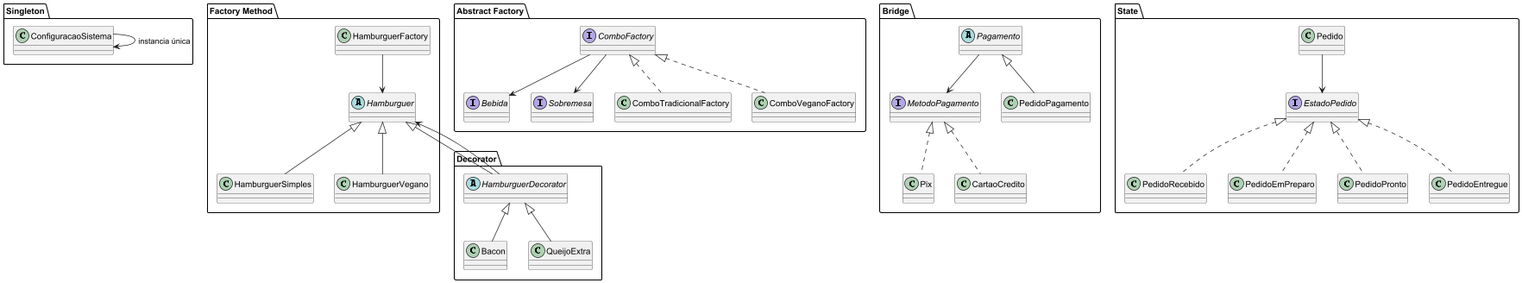
The PlantUML diagram docs/diagrama_classe.png in Alceu-2004/projeto-hamburgueria, before a commit.
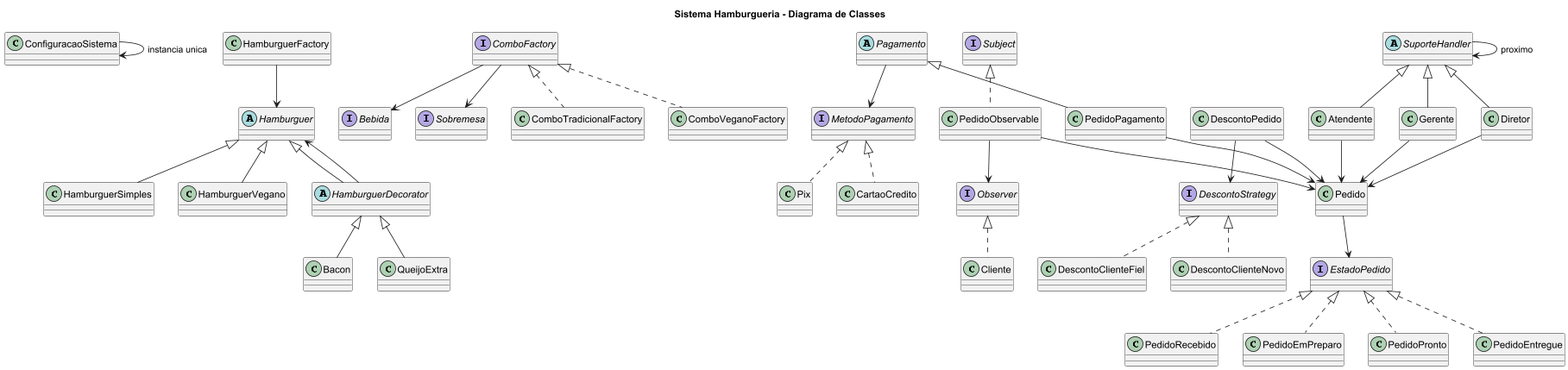
Above is the later version.

Commit message:
docs: atualizei o diagrama de classes e adicionei o diagrama de estados UML

Diff of the diagram source:
```diff
@@ -1,79 +1,109 @@
 @startuml
 
 skinparam classAttributeIconSize 0
+skinparam shadowing false
 
-package "Singleton" {
-    class ConfiguracaoSistema
+title Sistema Hamburgueria - Diagrama de Classes
 
-    ConfiguracaoSistema --> ConfiguracaoSistema : instancia única
-}
+class ConfiguracaoSistema
 
-package "Factory Method" {
-    abstract class Hamburguer
-    class HamburguerSimples
-    class HamburguerVegano
-    class HamburguerFactory
+ConfiguracaoSistema --> ConfiguracaoSistema : instancia unica
 
-    Hamburguer <|-- HamburguerSimples
-    Hamburguer <|-- HamburguerVegano
-    HamburguerFactory --> Hamburguer
-}
+abstract class Hamburguer
+class HamburguerSimples
+class HamburguerVegano
+class HamburguerFactory
 
-package "Abstract Factory" {
-    interface ComboFactory
-    interface Bebida
-    interface Sobremesa
+Hamburguer <|-- HamburguerSimples
+Hamburguer <|-- HamburguerVegano
+HamburguerFactory --> Hamburguer
 
-    class ComboTradicionalFactory
-    class ComboVeganoFactory
+abstract class HamburguerDecorator
+class Bacon
+class QueijoExtra
 
-    ComboFactory <|.. ComboTradicionalFactory
-    ComboFactory <|.. ComboVeganoFactory
+Hamburguer <|-- HamburguerDecorator
+HamburguerDecorator --> Hamburguer
+HamburguerDecorator <|-- Bacon
+HamburguerDecorator <|-- QueijoExtra
 
-    ComboFactory --> Bebida
-    ComboFactory --> Sobremesa
-}
+interface ComboFactory
+interface Bebida
+interface Sobremesa
 
-package "Bridge" {
-    interface MetodoPagamento
-    abstract class Pagamento
-    class Pix
-    class CartaoCredito
-    class PedidoPagamento
+class ComboTradicionalFactory
+class ComboVeganoFactory
 
-    MetodoPagamento <|.. Pix
-    MetodoPagamento <|.. CartaoCredito
+ComboFactory <|.. ComboTradicionalFactory
+ComboFactory <|.. ComboVeganoFactory
 
-    Pagamento --> MetodoPagamento
-    Pagamento <|-- PedidoPagamento
-}
+ComboFactory --> Bebida
+ComboFactory --> Sobremesa
 
-package "Decorator" {
-    abstract class HamburguerDecorator
-    class Bacon
-    class QueijoExtra
+interface MetodoPagamento
+abstract class Pagamento
+class Pix
+class CartaoCredito
+class PedidoPagamento
 
-    Hamburguer <|-- HamburguerDecorator
-    HamburguerDecorator --> Hamburguer
+MetodoPagamento <|.. Pix
+MetodoPagamento <|.. CartaoCredito
 
-    HamburguerDecorator <|-- Bacon
-    HamburguerDecorator <|-- QueijoExtra
-}
+Pagamento --> MetodoPagamento
+Pagamento <|-- PedidoPagamento
 
-package "State" {
-    interface EstadoPedido
-    class Pedido
-    class PedidoRecebido
-    class PedidoEmPreparo
-    class PedidoPronto
-    class PedidoEntregue
+PedidoPagamento --> Pedido
 
-    EstadoPedido <|.. PedidoRecebido
-    EstadoPedido <|.. PedidoEmPreparo
-    EstadoPedido <|.. PedidoPronto
-    EstadoPedido <|.. PedidoEntregue
+interface EstadoPedido
+class Pedido
+class PedidoRecebido
+class PedidoEmPreparo
+class PedidoPronto
+class PedidoEntregue
 
-    Pedido --> EstadoPedido
-}
+EstadoPedido <|.. PedidoRecebido
+EstadoPedido <|.. PedidoEmPreparo
+EstadoPedido <|.. PedidoPronto
+EstadoPedido <|.. PedidoEntregue
+
+Pedido --> EstadoPedido
+
+interface Observer
+interface Subject
+
+class Cliente
+class PedidoObservable
+
+Observer <|.. Cliente
+Subject <|.. PedidoObservable
+
+PedidoObservable --> Observer
+PedidoObservable --> Pedido
+
+interface DescontoStrategy
+class DescontoClienteNovo
+class DescontoClienteFiel
+class DescontoPedido
+
+DescontoStrategy <|.. DescontoClienteNovo
+DescontoStrategy <|.. DescontoClienteFiel
+
+DescontoPedido --> DescontoStrategy
+DescontoPedido --> Pedido
+
+abstract class SuporteHandler
+class Atendente
+class Gerente
+class Diretor
+
+SuporteHandler <|-- Atendente
+SuporteHandler <|-- Gerente
+SuporteHandler <|-- Diretor
+
+SuporteHandler --> SuporteHandler : proximo
+
+Atendente --> Pedido
+Gerente --> Pedido
+Diretor --> Pedido
 
 @enduml
```
